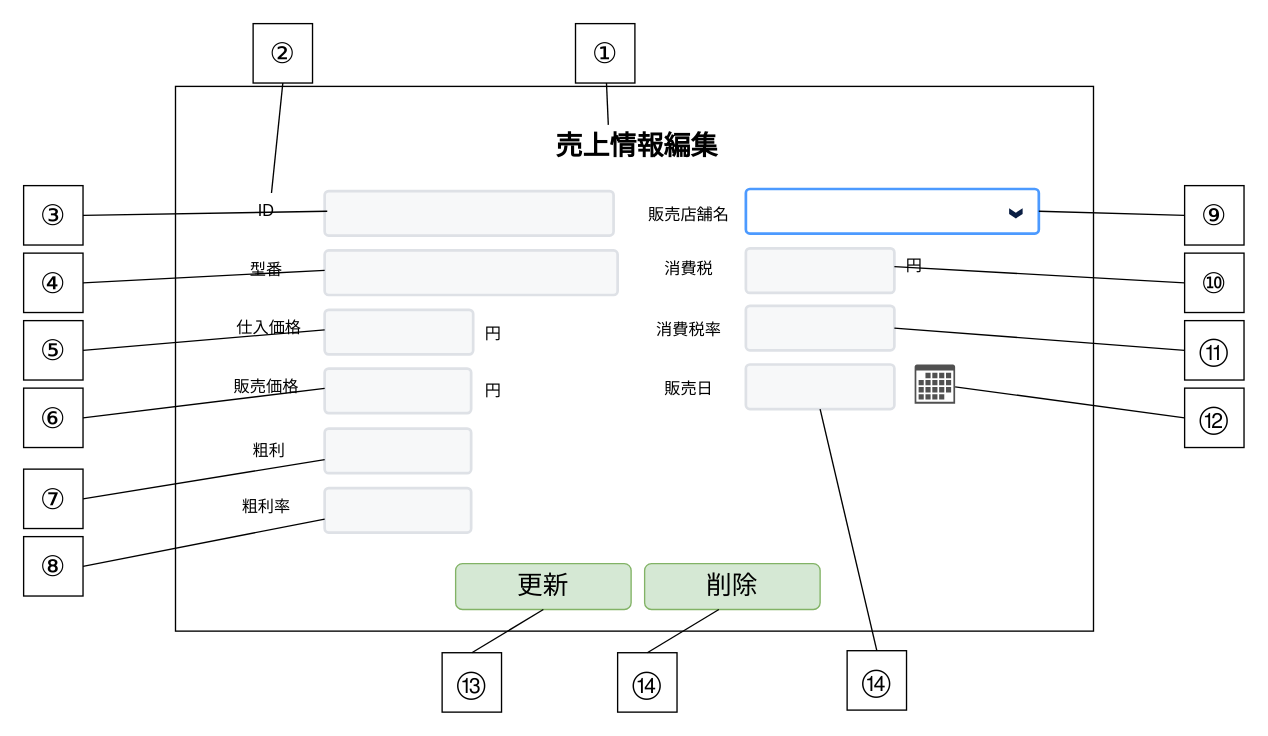
HaruShim/Sotuken keeps this draw.io diagram as page "売上情報_編集" (9 of 10) of 各種設計書/6.画面設計書/画面設計.drawio. Above is the earlier version. Source tidied: cells renumbered, new cells numbered last; positions are measured from the earlier drawing's top-left corner, leaving out a move shared by most shapes. Both pictures are drawn from the tidied source at 135%, with x=0, y=0 at pixel (23, 23).
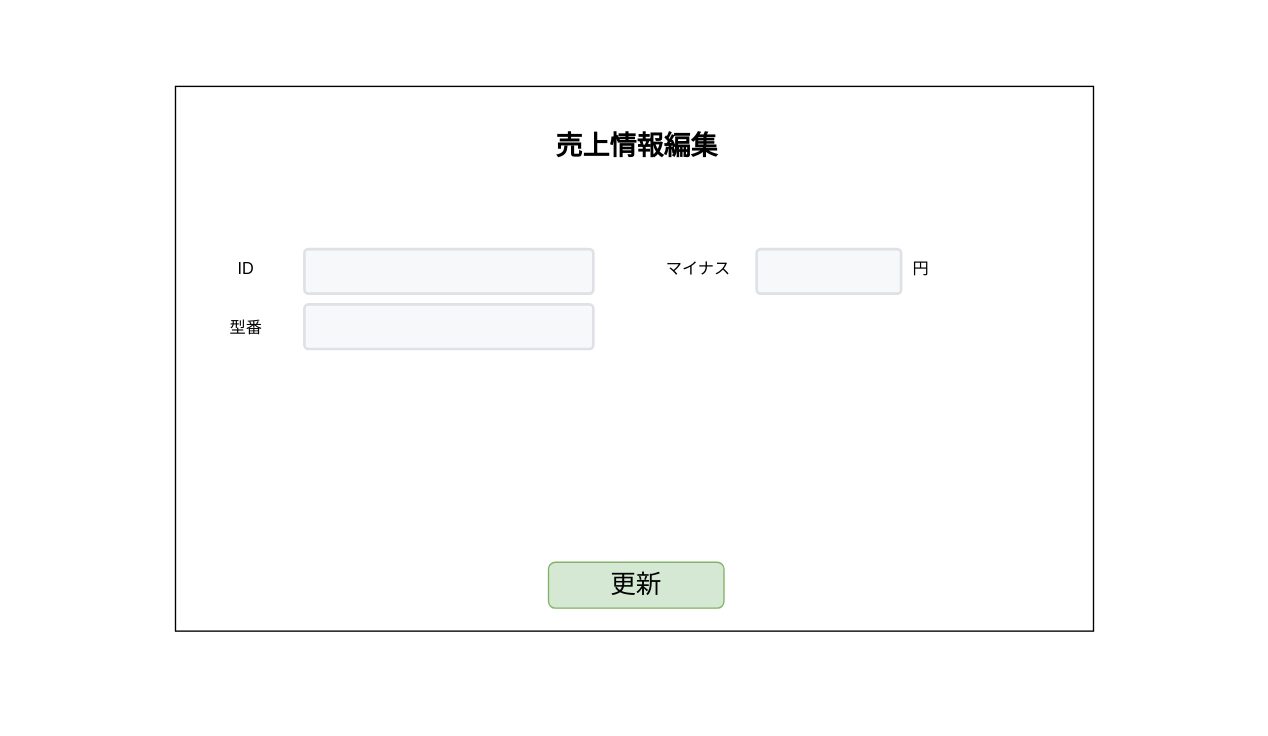
The same page after the edit.

Diff of the diagram source:
```diff
@@
     <mxCell id="4" value="&lt;span style=&quot;font-size: 19px&quot;&gt;更新&lt;/span&gt;" style="rounded=1;whiteSpace=wrap;html=1;align=center;labelBackgroundColor=none;fillColor=#d5e8d4;strokeColor=#82b366;" parent="1" vertex="1">
-      <mxGeometry x="320" y="400" width="130" height="34" as="geometry" />
+      <mxGeometry x="388.8" y="399" width="130" height="34" as="geometry" />
     </mxCell>
     <mxCell id="5" style="rounded=1;arcSize=9;fillColor=#F7F8F9;align=left;spacingLeft=5;strokeColor=#DEE1E6;html=1;strokeWidth=2;fontSize=12;" parent="1" vertex="1">
-      <mxGeometry x="223" y="124" width="214" height="33" as="geometry" />
+      <mxGeometry x="208" y="167" width="214" height="33" as="geometry" />
     </mxCell>
-    <mxCell id="6" style="rounded=1;arcSize=9;fillColor=#F7F8F9;align=left;spacingLeft=5;strokeColor=#DEE1E6;html=1;strokeWidth=2;fontSize=12;" parent="1" vertex="1">
-      <mxGeometry x="223" y="168" width="217" height="33" as="geometry" />
-    </mxCell>
-    <mxCell id="7" style="rounded=1;arcSize=9;fillColor=#F7F8F9;align=left;spacingLeft=5;strokeColor=#DEE1E6;html=1;strokeWidth=2;fontSize=12;" parent="1" vertex="1">
-      <mxGeometry x="223" y="212" width="110" height="33" as="geometry" />
-    </mxCell>
-    <mxCell id="8" style="rounded=1;arcSize=9;fillColor=#ffffff;strokeColor=#4C9AFF;html=1;strokeWidth=2;spacingLeft=30;fontColor=#000000;align=left;" parent="1" vertex="1">
-      <mxGeometry x="535" y="122.5" width="217" height="33" as="geometry" />
-    </mxCell>
-    <mxCell id="9" style="rounded=1;arcSize=9;fillColor=#F7F8F9;align=left;spacingLeft=5;strokeColor=#DEE1E6;html=1;strokeWidth=2;fontSize=12;" parent="1" vertex="1">
-      <mxGeometry x="223" y="255.5" width="108.5" height="33" as="geometry" />
-    </mxCell>
-    <mxCell id="10" value="円" style="text;html=1;strokeColor=none;fillColor=none;align=center;verticalAlign=middle;whiteSpace=wrap;rounded=0;" parent="1" vertex="1">
-      <mxGeometry x="333" y="215" width="30" height="30" as="geometry" />
-    </mxCell>
-    <mxCell id="11" value="円" style="text;html=1;strokeColor=none;fillColor=none;align=center;verticalAlign=middle;whiteSpace=wrap;rounded=0;" parent="1" vertex="1">
-      <mxGeometry x="333" y="257" width="30" height="30" as="geometry" />
-    </mxCell>
-    <mxCell id="12" style="rounded=1;arcSize=9;fillColor=#F7F8F9;align=left;spacingLeft=5;strokeColor=#DEE1E6;html=1;strokeWidth=2;fontSize=12;" parent="1" vertex="1">
-      <mxGeometry x="223" y="300" width="108.5" height="33" as="geometry" />
-    </mxCell>
-    <mxCell id="13" style="rounded=1;arcSize=9;fillColor=#F7F8F9;align=left;spacingLeft=5;strokeColor=#DEE1E6;html=1;strokeWidth=2;fontSize=12;" parent="1" vertex="1">
-      <mxGeometry x="223" y="344" width="108.5" height="33" as="geometry" />
-    </mxCell>
-    <mxCell id="14" value="販売店舗名" style="text;html=1;strokeColor=none;fillColor=none;align=center;verticalAlign=middle;whiteSpace=wrap;rounded=0;" parent="1" vertex="1">
-      <mxGeometry x="460" y="127" width="66" height="30" as="geometry" />
-    </mxCell>
-    <mxCell id="15" value="消費税" style="text;html=1;strokeColor=none;fillColor=none;align=center;verticalAlign=middle;whiteSpace=wrap;rounded=0;" parent="1" vertex="1">
-      <mxGeometry x="460" y="166.5" width="66" height="30" as="geometry" />
-    </mxCell>
-    <mxCell id="16" style="rounded=1;arcSize=9;fillColor=#F7F8F9;align=left;spacingLeft=5;strokeColor=#DEE1E6;html=1;strokeWidth=2;fontSize=12;" parent="1" vertex="1">
-      <mxGeometry x="535" y="166.5" width="110" height="33" as="geometry" />
-    </mxCell>
-    <mxCell id="17" value="消費税率" style="text;html=1;strokeColor=none;fillColor=none;align=center;verticalAlign=middle;whiteSpace=wrap;rounded=0;" parent="1" vertex="1">
-      <mxGeometry x="460" y="212" width="66" height="30" as="geometry" />
-    </mxCell>
-    <mxCell id="18" style="rounded=1;arcSize=9;fillColor=#F7F8F9;align=left;spacingLeft=5;strokeColor=#DEE1E6;html=1;strokeWidth=2;fontSize=12;" parent="1" vertex="1">
-      <mxGeometry x="535" y="209" width="110" height="33" as="geometry" />
-    </mxCell>
-    <mxCell id="19" value="販売日" style="text;html=1;strokeColor=none;fillColor=none;align=center;verticalAlign=middle;whiteSpace=wrap;rounded=0;" parent="1" vertex="1">
-      <mxGeometry x="460" y="255.5" width="66" height="30" as="geometry" />
-    </mxCell>
-    <mxCell id="20" style="rounded=1;arcSize=9;fillColor=#F7F8F9;align=left;spacingLeft=5;strokeColor=#DEE1E6;html=1;strokeWidth=2;fontSize=12;" parent="1" vertex="1">
-      <mxGeometry x="535" y="252.5" width="110" height="33" as="geometry" />
-    </mxCell>
-    <mxCell id="21" value="&lt;span style=&quot;font-size: 19px&quot;&gt;削除&lt;/span&gt;" style="rounded=1;whiteSpace=wrap;html=1;align=center;labelBackgroundColor=none;fillColor=#d5e8d4;strokeColor=#82b366;" parent="1" vertex="1">
-      <mxGeometry x="460" y="400" width="130" height="34" as="geometry" />
-    </mxCell>
     <mxCell id="22" value="ID" style="text;html=1;strokeColor=none;fillColor=none;align=center;verticalAlign=middle;whiteSpace=wrap;rounded=0;" parent="1" vertex="1">
-      <mxGeometry x="147" y="124" width="66" height="30" as="geometry" />
+      <mxGeometry x="132" y="167" width="66" height="30" as="geometry" />
     </mxCell>
     <mxCell id="23" value="型番" style="text;html=1;strokeColor=none;fillColor=none;align=center;verticalAlign=middle;whiteSpace=wrap;rounded=0;" parent="1" vertex="1">
-      <mxGeometry x="130" y="168" width="100" height="30" as="geometry" />
+      <mxGeometry x="115" y="211" width="100" height="30" as="geometry" />
     </mxCell>
-    <mxCell id="24" value="粗利" style="text;html=1;strokeColor=none;fillColor=none;align=center;verticalAlign=middle;whiteSpace=wrap;rounded=0;" parent="1" vertex="1">
-      <mxGeometry x="151.5" y="301.5" width="60" height="30" as="geometry" />
-    </mxCell>
-    <mxCell id="25" value="粗利率" style="text;html=1;strokeColor=none;fillColor=none;align=center;verticalAlign=middle;whiteSpace=wrap;rounded=0;" parent="1" vertex="1">
-      <mxGeometry x="150" y="342.5" width="60" height="30" as="geometry" />
-    </mxCell>
-    <mxCell id="26" value="仕入価格" style="text;html=1;strokeColor=none;fillColor=none;align=center;verticalAlign=middle;whiteSpace=wrap;rounded=0;" parent="1" vertex="1">
-      <mxGeometry x="148.5" y="210.5" width="66" height="30" as="geometry" />
-    </mxCell>
-    <mxCell id="27" value="販売価格" style="text;html=1;strokeColor=none;fillColor=none;align=center;verticalAlign=middle;whiteSpace=wrap;rounded=0;" parent="1" vertex="1">
-      <mxGeometry x="147" y="254" width="66" height="30" as="geometry" />
-    </mxCell>
-    <mxCell id="28" style="shape=step;whiteSpace=wrap;html=1;rounded=0;strokeColor=none;strokeWidth=2;fillColor=#0A1E43;gradientColor=none;fontFamily=Verdana;fontSize=14;fontColor=#000000;align=left;direction=south;size=0.42857142857142855;" parent="1" vertex="1">
-      <mxGeometry x="730" y="136.8" width="10" height="7.5" as="geometry" />
-    </mxCell>
-    <mxCell id="29" value="円" style="text;html=1;strokeColor=none;fillColor=none;align=center;verticalAlign=middle;whiteSpace=wrap;rounded=0;" parent="1" vertex="1">
-      <mxGeometry x="645" y="165" width="30" height="30" as="geometry" />
-    </mxCell>
-    <mxCell id="30" style="sketch=0;shadow=0;dashed=0;html=1;strokeColor=none;fillColor=#505050;labelPosition=center;verticalLabelPosition=bottom;verticalAlign=top;outlineConnect=0;align=center;shape=mxgraph.office.concepts.calendar;" parent="1" vertex="1">
-      <mxGeometry x="660" y="252.5" width="30" height="29" as="geometry" />
-    </mxCell>
-    <mxCell id="31" parent="0" />
-    <mxCell id="32" value="①" style="whiteSpace=wrap;html=1;fontSize=21;" parent="31" vertex="1">
-      <mxGeometry x="408.8" width="44" height="44" as="geometry" />
-    </mxCell>
-    <mxCell id="33" style="endArrow=none;html=1;rounded=0;fontSize=19;exitX=0.25;exitY=0;exitDx=0;exitDy=0;" parent="31" edge="1" target="32">
-      <mxGeometry relative="1" as="geometry">
-        <mxPoint x="433.1" y="75" as="sourcePoint" />
-      </mxGeometry>
-    </mxCell>
-    <mxCell id="34" value="②" style="whiteSpace=wrap;html=1;fontSize=21;" parent="31" vertex="1">
-      <mxGeometry x="170" width="44" height="44" as="geometry" />
-    </mxCell>
-    <mxCell id="35" style="endArrow=none;html=1;rounded=0;fontSize=19;entryX=0.5;entryY=1;entryDx=0;entryDy=0;" parent="31" edge="1" target="34">
-      <mxGeometry relative="1" as="geometry">
-        <mxPoint x="183.6" y="125.5" as="sourcePoint" />
-      </mxGeometry>
-    </mxCell>
-    <mxCell id="36" value="③" style="whiteSpace=wrap;html=1;fontSize=21;" parent="31" vertex="1">
-      <mxGeometry y="120" width="44" height="44" as="geometry" />
-    </mxCell>
-    <mxCell id="37" style="endArrow=none;html=1;rounded=0;fontSize=19;entryX=1;entryY=0.5;entryDx=0;entryDy=0;exitX=0.009;exitY=0.758;exitDx=0;exitDy=0;exitPerimeter=0;" parent="31" edge="1" target="36">
-      <mxGeometry relative="1" as="geometry">
-        <mxPoint x="224.9" y="139" as="sourcePoint" />
-      </mxGeometry>
-    </mxCell>
-    <mxCell id="38" value="④" style="whiteSpace=wrap;html=1;fontSize=21;" parent="31" vertex="1">
-      <mxGeometry y="170" width="44" height="44" as="geometry" />
-    </mxCell>
-    <mxCell id="39" style="endArrow=none;html=1;rounded=0;fontSize=19;entryX=1;entryY=0.5;entryDx=0;entryDy=0;exitX=0;exitY=0.75;exitDx=0;exitDy=0;" parent="31" edge="1" target="38">
-      <mxGeometry relative="1" as="geometry">
-        <mxPoint x="223" y="182.8" as="sourcePoint" />
-      </mxGeometry>
-    </mxCell>
-    <mxCell id="40" value="⑤" style="whiteSpace=wrap;html=1;fontSize=21;" parent="31" vertex="1">
-      <mxGeometry y="220" width="44" height="44" as="geometry" />
-    </mxCell>
-    <mxCell id="41" style="endArrow=none;html=1;rounded=0;fontSize=19;entryX=1;entryY=0.5;entryDx=0;entryDy=0;exitX=0;exitY=0.75;exitDx=0;exitDy=0;" parent="31" edge="1" target="40">
-      <mxGeometry relative="1" as="geometry">
-        <mxPoint x="223" y="226.8" as="sourcePoint" />
-      </mxGeometry>
-    </mxCell>
-    <mxCell id="42" value="⑥" style="whiteSpace=wrap;html=1;fontSize=21;" parent="31" vertex="1">
-      <mxGeometry y="270" width="44" height="44" as="geometry" />
-    </mxCell>
-    <mxCell id="43" style="endArrow=none;html=1;rounded=0;fontSize=19;entryX=1;entryY=0.5;entryDx=0;entryDy=0;exitX=0;exitY=0.75;exitDx=0;exitDy=0;" parent="31" edge="1" target="42">
-      <mxGeometry relative="1" as="geometry">
-        <mxPoint x="223" y="270.2" as="sourcePoint" />
-      </mxGeometry>
-    </mxCell>
-    <mxCell id="44" value="⑦" style="whiteSpace=wrap;html=1;fontSize=21;" parent="31" vertex="1">
-      <mxGeometry y="330" width="44" height="44" as="geometry" />
-    </mxCell>
-    <mxCell id="45" style="endArrow=none;html=1;rounded=0;fontSize=19;entryX=1;entryY=0.5;entryDx=0;entryDy=0;exitX=0;exitY=1;exitDx=0;exitDy=0;" parent="31" edge="1" target="44">
-      <mxGeometry relative="1" as="geometry">
-        <mxPoint x="223" y="323" as="sourcePoint" />
-      </mxGeometry>
-    </mxCell>
-    <mxCell id="46" value="⑧" style="whiteSpace=wrap;html=1;fontSize=21;" parent="31" vertex="1">
-      <mxGeometry y="380" width="44" height="44" as="geometry" />
-    </mxCell>
-    <mxCell id="47" style="endArrow=none;html=1;rounded=0;fontSize=19;entryX=1;entryY=0.5;entryDx=0;entryDy=0;exitX=0;exitY=1;exitDx=0;exitDy=0;" parent="31" edge="1" target="46">
-      <mxGeometry relative="1" as="geometry">
-        <mxPoint x="223" y="367" as="sourcePoint" />
-      </mxGeometry>
-    </mxCell>
-    <mxCell id="48" value="⑬" style="whiteSpace=wrap;html=1;fontSize=21;" parent="31" vertex="1">
-      <mxGeometry x="310" y="466" width="44" height="44" as="geometry" />
-    </mxCell>
-    <mxCell id="49" style="endArrow=none;html=1;rounded=0;fontSize=19;entryX=0.5;entryY=0;entryDx=0;entryDy=0;exitX=0.5;exitY=1;exitDx=0;exitDy=0;" parent="31" edge="1" source="4" target="48">
-      <mxGeometry relative="1" as="geometry" />
-    </mxCell>
-    <mxCell id="50" value="⑭" style="whiteSpace=wrap;html=1;fontSize=21;" parent="31" vertex="1">
-      <mxGeometry x="610" y="464.5" width="44" height="44" as="geometry" />
-    </mxCell>
-    <mxCell id="51" style="endArrow=none;html=1;rounded=0;fontSize=19;entryX=0.5;entryY=0;entryDx=0;entryDy=0;startArrow=none;exitX=0.5;exitY=1;exitDx=0;exitDy=0;" parent="31" edge="1" source="20" target="50">
-      <mxGeometry relative="1" as="geometry" />
-    </mxCell>
-    <mxCell id="52" value="⑨" style="whiteSpace=wrap;html=1;fontSize=21;" parent="31" vertex="1">
-      <mxGeometry x="860" y="120" width="44" height="44" as="geometry" />
-    </mxCell>
-    <mxCell id="53" style="endArrow=none;html=1;rounded=0;fontSize=19;entryX=0;entryY=0.5;entryDx=0;entryDy=0;exitX=1;exitY=0.5;exitDx=0;exitDy=0;" parent="31" edge="1" source="8" target="52">
-      <mxGeometry relative="1" as="geometry" />
-    </mxCell>
-    <mxCell id="54" value="⑩" style="whiteSpace=wrap;html=1;fontSize=21;" parent="31" vertex="1">
-      <mxGeometry x="860" y="170" width="44" height="44" as="geometry" />
-    </mxCell>
-    <mxCell id="55" style="endArrow=none;html=1;rounded=0;fontSize=19;entryX=0;entryY=0.5;entryDx=0;entryDy=0;exitX=0;exitY=0.5;exitDx=0;exitDy=0;" parent="31" edge="1" source="29" target="54">
-      <mxGeometry relative="1" as="geometry" />
-    </mxCell>
-    <mxCell id="56" value="⑪" style="whiteSpace=wrap;html=1;fontSize=21;" parent="31" vertex="1">
-      <mxGeometry x="860" y="220" width="44" height="44" as="geometry" />
-    </mxCell>
-    <mxCell id="57" style="endArrow=none;html=1;rounded=0;fontSize=19;entryX=0;entryY=0.5;entryDx=0;entryDy=0;exitX=1;exitY=0.5;exitDx=0;exitDy=0;" parent="31" edge="1" source="18" target="56">
-      <mxGeometry relative="1" as="geometry" />
-    </mxCell>
-    <mxCell id="58" value="⑫" style="whiteSpace=wrap;html=1;fontSize=21;" parent="31" vertex="1">
-      <mxGeometry x="860" y="270" width="44" height="44" as="geometry" />
-    </mxCell>
-    <mxCell id="59" style="endArrow=none;html=1;rounded=0;fontSize=19;entryX=0;entryY=0.5;entryDx=0;entryDy=0;" parent="31" edge="1" source="30" target="58">
-      <mxGeometry relative="1" as="geometry" />
-    </mxCell>
-    <mxCell id="60" value="⑭" style="whiteSpace=wrap;html=1;fontSize=21;" parent="31" vertex="1">
-      <mxGeometry x="440" y="466" width="44" height="44" as="geometry" />
-    </mxCell>
-    <mxCell id="61" style="endArrow=none;html=1;rounded=0;fontSize=19;entryX=0.5;entryY=0;entryDx=0;entryDy=0;exitX=0.5;exitY=1;exitDx=0;exitDy=0;" parent="31" edge="1" target="60">
-      <mxGeometry relative="1" as="geometry">
-        <mxPoint x="515" y="434" as="sourcePoint" />
-      </mxGeometry>
-    </mxCell>
+    <mxCell id="62" style="rounded=1;arcSize=9;fillColor=#F7F8F9;align=left;spacingLeft=5;strokeColor=#DEE1E6;html=1;strokeWidth=2;fontSize=12;" parent="1" vertex="1">
+      <mxGeometry x="543" y="167" width="107" height="33" as="geometry" />
+    </mxCell>
+    <mxCell id="63" value="マイナス" style="text;html=1;strokeColor=none;fillColor=none;align=center;verticalAlign=middle;whiteSpace=wrap;rounded=0;" parent="1" vertex="1">
+      <mxGeometry x="467" y="167" width="66" height="30" as="geometry" />
+    </mxCell>
+    <mxCell id="64" value="円" style="text;html=1;strokeColor=none;fillColor=none;align=center;verticalAlign=middle;whiteSpace=wrap;rounded=0;" parent="1" vertex="1">
+      <mxGeometry x="650" y="167" width="30" height="30" as="geometry" />
+    </mxCell>
+    <mxCell id="65" style="rounded=1;arcSize=9;fillColor=#F7F8F9;align=left;spacingLeft=5;strokeColor=#DEE1E6;html=1;strokeWidth=2;fontSize=12;" parent="1" vertex="1">
+      <mxGeometry x="208" y="208" width="214" height="33" as="geometry" />
+    </mxCell>
```
